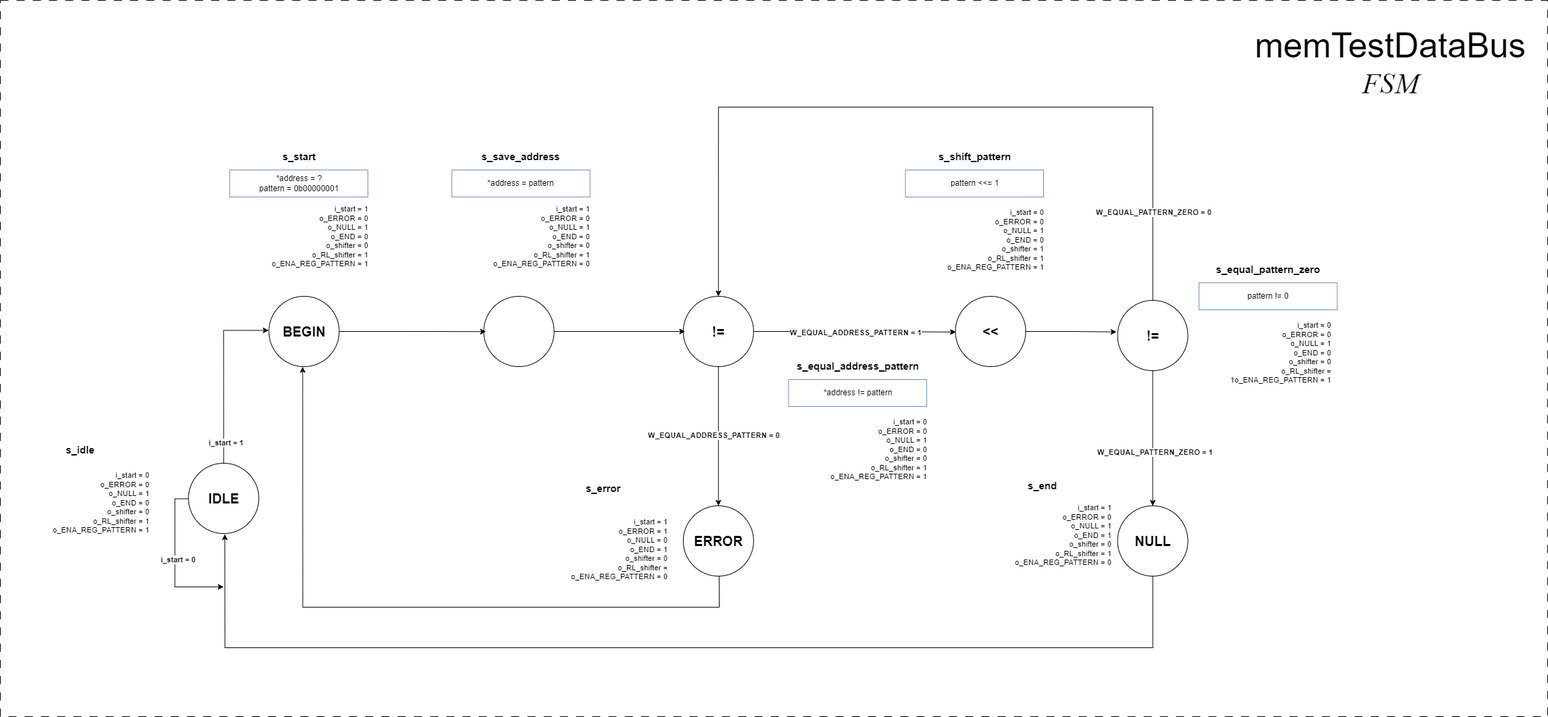
Earlier version of the draw.io export doc/memTestDataBus/memTestDataBus_fsm.drawio.png (rebeccaquintino/walker). Source tidied: cells renumbered, new cells last; positions are measured from the earlier drawing's top-left corner, leaving out a move shared by most shapes.
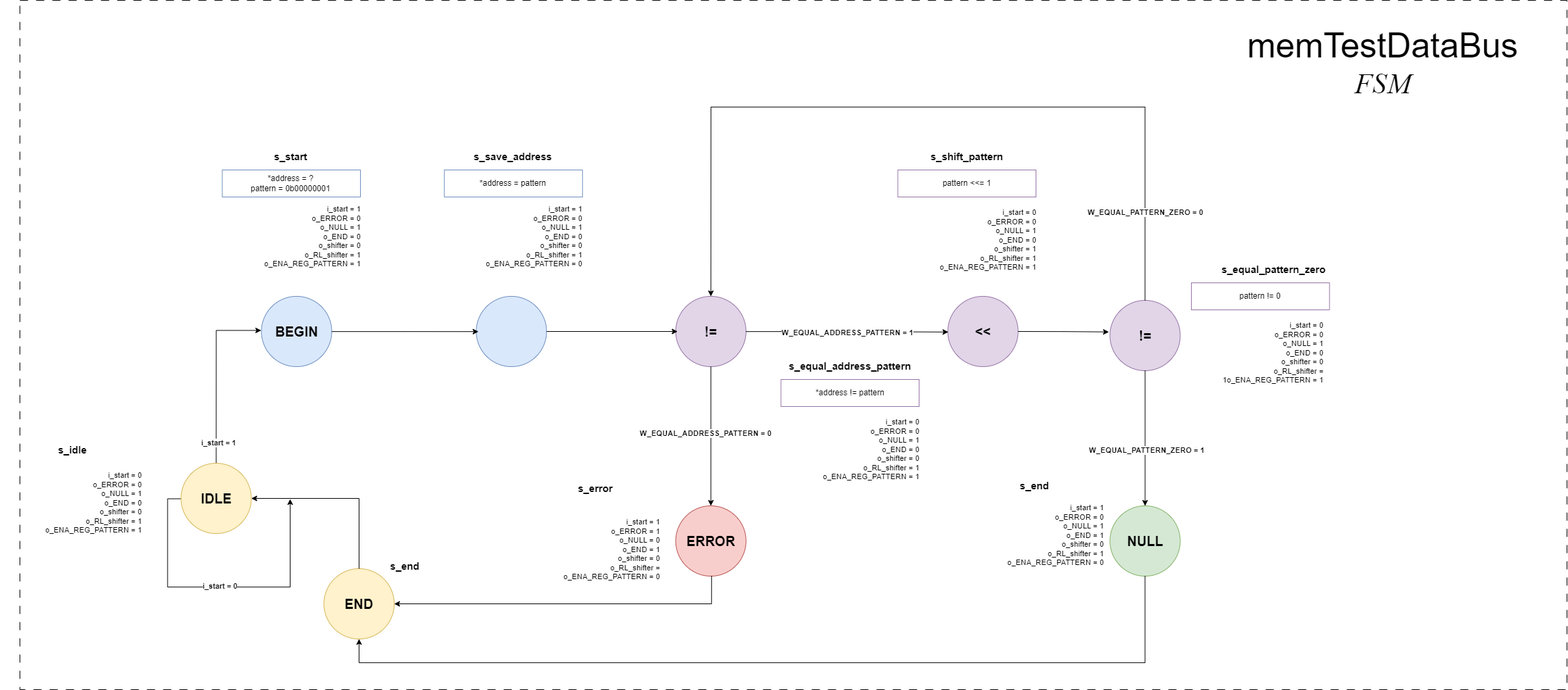
The same file after the commit.

Commit message:
doc:memTestDataBus - update block diagram and fsm

Change to the diagram source:
```diff
@@ -5,3 +5,3 @@
     <mxCell id="2" style="rounded=0;whiteSpace=wrap;html=1;dashed=1;dashPattern=12 12;" parent="1" vertex="1">
-      <mxGeometry width="2290" height="1060" as="geometry" />
+      <mxGeometry x="40" width="2290" height="1020" as="geometry" />
     </mxCell>
@@ -19,6 +19,6 @@
     </mxCell>
-    <mxCell id="7" value="BEGIN" style="verticalAlign=middle;align=center;overflow=width;vsdxID=69;fillColor=#ffffff;gradientColor=none;shape=(stored shape, 220 characters);strokeColor=#000000;spacingTop=-1;spacingBottom=-1;spacingLeft=-1;spacingRight=-1;points=[[0.5,0.5,0],[1,0.5,0],[0.5,0,0]];labelBackgroundColor=none;rounded=0;html=1;whiteSpace=wrap;fontFamily=Helvetica;fontSize=20;fontStyle=1;" parent="1" vertex="1">
+    <mxCell id="7" value="BEGIN" style="verticalAlign=middle;align=center;overflow=width;vsdxID=69;fillColor=#dae8fc;shape=(stored shape, 220 characters);strokeColor=#6c8ebf;spacingTop=-1;spacingBottom=-1;spacingLeft=-1;spacingRight=-1;points=[[0.5,0.5,0],[1,0.5,0],[0.5,0,0]];labelBackgroundColor=none;rounded=0;html=1;whiteSpace=wrap;fontFamily=Helvetica;fontSize=20;fontStyle=1;" parent="1" vertex="1">
       <mxGeometry x="397.5" y="438" width="104" height="104" as="geometry" />
     </mxCell>
-    <mxCell id="8" style="verticalAlign=middle;align=center;overflow=width;vsdxID=69;fillColor=#ffffff;gradientColor=none;shape=(stored shape, 220 characters);strokeColor=#000000;spacingTop=-1;spacingBottom=-1;spacingLeft=-1;spacingRight=-1;points=[[0.5,0.5,0],[1,0.5,0],[0.5,0,0]];labelBackgroundColor=none;rounded=0;html=1;whiteSpace=wrap;fontFamily=Helvetica;fontSize=20;fontStyle=1;" parent="1" vertex="1">
+    <mxCell id="8" style="verticalAlign=middle;align=center;overflow=width;vsdxID=69;fillColor=#dae8fc;shape=(stored shape, 220 characters);strokeColor=#6c8ebf;spacingTop=-1;spacingBottom=-1;spacingLeft=-1;spacingRight=-1;points=[[0.5,0.5,0],[1,0.5,0],[0.5,0,0]];labelBackgroundColor=none;rounded=0;html=1;whiteSpace=wrap;fontFamily=Helvetica;fontSize=20;fontStyle=1;" parent="1" vertex="1">
       <mxGeometry x="715.5" y="438" width="104" height="104" as="geometry" />
@@ -34,3 +34,3 @@
     </mxCell>
-    <mxCell id="12" value="!=" style="verticalAlign=middle;align=center;overflow=width;vsdxID=69;fillColor=#ffffff;gradientColor=none;shape=(stored shape, 220 characters);strokeColor=#000000;spacingTop=-1;spacingBottom=-1;spacingLeft=-1;spacingRight=-1;points=[[0.5,0.5,0],[1,0.5,0],[0.5,0,0]];labelBackgroundColor=none;rounded=0;html=1;whiteSpace=wrap;fontFamily=Helvetica;fontSize=20;fontStyle=1;" parent="1" vertex="1">
+    <mxCell id="12" value="!=" style="verticalAlign=middle;align=center;overflow=width;vsdxID=69;fillColor=#e1d5e7;shape=(stored shape, 220 characters);strokeColor=#9673a6;spacingTop=-1;spacingBottom=-1;spacingLeft=-1;spacingRight=-1;points=[[0.5,0.5,0],[1,0.5,0],[0.5,0,0]];labelBackgroundColor=none;rounded=0;html=1;whiteSpace=wrap;fontFamily=Helvetica;fontSize=20;fontStyle=1;" parent="1" vertex="1">
       <mxGeometry x="1010.8" y="438" width="104" height="104" as="geometry" />
@@ -40,6 +40,6 @@
     </mxCell>
-    <mxCell id="14" value="&lt;div&gt;*address != pattern&lt;/div&gt;" style="text;whiteSpace=wrap;html=1;strokeColor=#6c8ebf;align=center;verticalAlign=middle;fillColor=none;" parent="1" vertex="1">
+    <mxCell id="14" value="&lt;div&gt;*address != pattern&lt;/div&gt;" style="text;whiteSpace=wrap;html=1;strokeColor=#9673a6;align=center;verticalAlign=middle;fillColor=none;" parent="1" vertex="1">
       <mxGeometry x="1166.5" y="561" width="204.5" height="40" as="geometry" />
     </mxCell>
-    <mxCell id="15" value="ERROR" style="verticalAlign=middle;align=center;overflow=width;vsdxID=69;fillColor=#ffffff;gradientColor=none;shape=(stored shape, 220 characters);strokeColor=#000000;spacingTop=-1;spacingBottom=-1;spacingLeft=-1;spacingRight=-1;points=[[0.5,0.5,0],[1,0.5,0],[0.5,0,0]];labelBackgroundColor=none;rounded=0;html=1;whiteSpace=wrap;fontFamily=Helvetica;fontSize=20;fontStyle=1;" parent="1" vertex="1">
+    <mxCell id="15" value="ERROR" style="verticalAlign=middle;align=center;overflow=width;vsdxID=69;fillColor=#f8cecc;shape=(stored shape, 220 characters);strokeColor=#b85450;spacingTop=-1;spacingBottom=-1;spacingLeft=-1;spacingRight=-1;points=[[0.5,0.5,0],[1,0.5,0],[0.5,0,0]];labelBackgroundColor=none;rounded=0;html=1;whiteSpace=wrap;fontFamily=Helvetica;fontSize=20;fontStyle=1;" parent="1" vertex="1">
       <mxGeometry x="1010.8" y="748" width="104" height="104" as="geometry" />
@@ -60,3 +60,3 @@
     </mxCell>
-    <mxCell id="20" value="&amp;lt;&amp;lt;" style="verticalAlign=middle;align=center;overflow=width;vsdxID=69;fillColor=#ffffff;gradientColor=none;shape=(stored shape, 220 characters);strokeColor=#000000;spacingTop=-1;spacingBottom=-1;spacingLeft=-1;spacingRight=-1;points=[[0.5,0.5,0],[1,0.5,0],[0.5,0,0]];labelBackgroundColor=none;rounded=0;html=1;whiteSpace=wrap;fontFamily=Helvetica;fontSize=20;fontStyle=1;" parent="1" vertex="1">
+    <mxCell id="20" value="&amp;lt;&amp;lt;" style="verticalAlign=middle;align=center;overflow=width;vsdxID=69;fillColor=#e1d5e7;shape=(stored shape, 220 characters);strokeColor=#9673a6;spacingTop=-1;spacingBottom=-1;spacingLeft=-1;spacingRight=-1;points=[[0.5,0.5,0],[1,0.5,0],[0.5,0,0]];labelBackgroundColor=none;rounded=0;html=1;whiteSpace=wrap;fontFamily=Helvetica;fontSize=20;fontStyle=1;" parent="1" vertex="1">
       <mxGeometry x="1413.5" y="438" width="104" height="104" as="geometry" />
@@ -74,6 +74,6 @@
     </mxCell>
-    <mxCell id="24" value="pattern &amp;lt;&amp;lt;= 1" style="text;whiteSpace=wrap;html=1;strokeColor=#6c8ebf;align=center;verticalAlign=middle;fillColor=none;" parent="1" vertex="1">
+    <mxCell id="24" value="pattern &amp;lt;&amp;lt;= 1" style="text;whiteSpace=wrap;html=1;strokeColor=#9673a6;align=center;verticalAlign=middle;fillColor=none;" parent="1" vertex="1">
       <mxGeometry x="1339.5" y="251" width="204.5" height="40" as="geometry" />
     </mxCell>
-    <mxCell id="25" value="!=" style="verticalAlign=middle;align=center;overflow=width;vsdxID=69;fillColor=#ffffff;gradientColor=none;shape=(stored shape, 220 characters);strokeColor=#000000;spacingTop=-1;spacingBottom=-1;spacingLeft=-1;spacingRight=-1;points=[[0.5,0.5,0],[1,0.5,0],[0.5,0,0]];labelBackgroundColor=none;rounded=0;html=1;whiteSpace=wrap;fontFamily=Helvetica;fontSize=20;fontStyle=1;" parent="1" vertex="1">
+    <mxCell id="25" value="!=" style="verticalAlign=middle;align=center;overflow=width;vsdxID=69;fillColor=#e1d5e7;shape=(stored shape, 220 characters);strokeColor=#9673a6;spacingTop=-1;spacingBottom=-1;spacingLeft=-1;spacingRight=-1;points=[[0.5,0.5,0],[1,0.5,0],[0.5,0,0]];labelBackgroundColor=none;rounded=0;html=1;whiteSpace=wrap;fontFamily=Helvetica;fontSize=20;fontStyle=1;" parent="1" vertex="1">
       <mxGeometry x="1653.5" y="444" width="104" height="104" as="geometry" />
@@ -86,6 +86,6 @@
     </mxCell>
-    <mxCell id="28" value="&lt;div&gt;pattern != 0&lt;/div&gt;" style="text;whiteSpace=wrap;html=1;strokeColor=#6c8ebf;align=center;verticalAlign=middle;fillColor=none;" parent="1" vertex="1">
+    <mxCell id="28" value="&lt;div&gt;pattern != 0&lt;/div&gt;" style="text;whiteSpace=wrap;html=1;strokeColor=#9673a6;align=center;verticalAlign=middle;fillColor=none;" parent="1" vertex="1">
       <mxGeometry x="1774" y="418" width="204.5" height="40" as="geometry" />
     </mxCell>
-    <mxCell id="29" value="NULL" style="verticalAlign=middle;align=center;overflow=width;vsdxID=69;fillColor=#ffffff;gradientColor=none;shape=(stored shape, 220 characters);strokeColor=#000000;spacingTop=-1;spacingBottom=-1;spacingLeft=-1;spacingRight=-1;points=[[0.5,0.5,0],[1,0.5,0],[0.5,0,0]];labelBackgroundColor=none;rounded=0;html=1;whiteSpace=wrap;fontFamily=Helvetica;fontSize=20;fontStyle=1;" parent="1" vertex="1">
+    <mxCell id="29" value="NULL" style="verticalAlign=middle;align=center;overflow=width;vsdxID=69;fillColor=#d5e8d4;shape=(stored shape, 220 characters);strokeColor=#82b366;spacingTop=-1;spacingBottom=-1;spacingLeft=-1;spacingRight=-1;points=[[0.5,0.5,0],[1,0.5,0],[0.5,0,0]];labelBackgroundColor=none;rounded=0;html=1;whiteSpace=wrap;fontFamily=Helvetica;fontSize=20;fontStyle=1;" parent="1" vertex="1">
       <mxGeometry x="1653.5" y="748" width="104" height="104" as="geometry" />
@@ -125,3 +125,3 @@
       <mxGeometry relative="1" as="geometry">
-        <mxPoint x="330.5" y="868" as="targetPoint" />
+        <mxPoint x="440" y="738" as="targetPoint" />
         <Array as="points">
@@ -135,10 +135,10 @@
     </mxCell>
-    <mxCell id="40" value="IDLE" style="verticalAlign=middle;align=center;overflow=width;vsdxID=69;fillColor=#ffffff;gradientColor=none;shape=(stored shape, 220 characters);strokeColor=#000000;spacingTop=-1;spacingBottom=-1;spacingLeft=-1;spacingRight=-1;points=[[0.5,0.5,0],[1,0.5,0],[0.5,0,0]];labelBackgroundColor=none;rounded=0;html=1;whiteSpace=wrap;fontFamily=Helvetica;fontSize=20;fontStyle=1;" parent="1" vertex="1">
+    <mxCell id="40" value="IDLE" style="verticalAlign=middle;align=center;overflow=width;vsdxID=69;fillColor=#fff2cc;shape=(stored shape, 220 characters);strokeColor=#d6b656;spacingTop=-1;spacingBottom=-1;spacingLeft=-1;spacingRight=-1;points=[[0.5,0.5,0],[1,0.5,0],[0.5,0,0]];labelBackgroundColor=none;rounded=0;html=1;whiteSpace=wrap;fontFamily=Helvetica;fontSize=20;fontStyle=1;" parent="1" vertex="1">
       <mxGeometry x="278.5" y="685" width="104" height="104" as="geometry" />
     </mxCell>
-    <mxCell id="41" style="edgeStyle=orthogonalEdgeStyle;rounded=0;jettySize=auto;html=1;entryX=0.517;entryY=1.01;entryDx=0;entryDy=0;entryPerimeter=0;" parent="1" edge="1" source="29" target="40">
+    <mxCell id="41" style="edgeStyle=orthogonalEdgeStyle;rounded=0;jettySize=auto;html=1;" parent="1" edge="1" source="29" target="50">
       <mxGeometry relative="1" as="geometry">
         <Array as="points">
-          <mxPoint x="1705.5" y="958" />
-          <mxPoint x="332.5" y="958" />
+          <mxPoint x="1705" y="980" />
+          <mxPoint x="542" y="980" />
         </Array>
@@ -146,7 +146,6 @@
     </mxCell>
-    <mxCell id="42" style="edgeStyle=orthogonalEdgeStyle;rounded=0;jettySize=auto;html=1;entryX=0.48;entryY=1.003;entryDx=0;entryDy=0;entryPerimeter=0;exitX=0.51;exitY=0.997;exitDx=0;exitDy=0;exitPerimeter=0;" parent="1" edge="1" source="15" target="7">
+    <mxCell id="42" style="edgeStyle=orthogonalEdgeStyle;rounded=0;jettySize=auto;html=1;entryX=1;entryY=0.5;entryDx=0;entryDy=0;entryPerimeter=0;exitX=0.51;exitY=0.997;exitDx=0;exitDy=0;exitPerimeter=0;" parent="1" edge="1" source="15" target="50">
       <mxGeometry relative="1" as="geometry">
         <Array as="points">
-          <mxPoint x="1063.5" y="898" />
-          <mxPoint x="447.5" y="898" />
+          <mxPoint x="1064" y="893" />
         </Array>
@@ -160,3 +159,3 @@
     </mxCell>
-    <mxCell id="45" value="&lt;font style=&quot;color: rgb(0, 0, 0); direction: ltr; letter-spacing: 0px; line-height: 120%; opacity: 1;&quot;&gt;s_equal_pattern_zero&lt;/font&gt;" style="text;whiteSpace=wrap;html=1;strokeColor=none;align=center;verticalAlign=middle;fillColor=none;fontStyle=1;fontSize=15;" parent="1" vertex="1">
+    <mxCell id="45" value="&lt;blockquote style=&quot;margin: 0 0 0 40px; border: none; padding: 0px;&quot;&gt;&lt;font style=&quot;color: rgb(0, 0, 0); direction: ltr; letter-spacing: 0px; line-height: 120%; opacity: 1;&quot;&gt;s_equal_pattern_zero&lt;/font&gt;&lt;/blockquote&gt;" style="text;whiteSpace=wrap;html=1;strokeColor=none;align=center;verticalAlign=middle;fillColor=none;fontStyle=1;fontSize=15;" parent="1" vertex="1">
       <mxGeometry x="1774" y="378" width="204.5" height="40" as="geometry" />
@@ -175,2 +174,11 @@
     </mxCell>
+    <mxCell id="50" value="END" style="verticalAlign=middle;align=center;overflow=width;vsdxID=69;fillColor=#fff2cc;shape=(stored shape, 220 characters);strokeColor=#d6b656;spacingTop=-1;spacingBottom=-1;spacingLeft=-1;spacingRight=-1;points=[[0.5,0.5,0],[1,0.5,0],[0.5,0,0]];labelBackgroundColor=none;rounded=0;html=1;whiteSpace=wrap;fontFamily=Helvetica;fontSize=20;fontStyle=1;" parent="1" vertex="1">
+      <mxGeometry x="490" y="841" width="104" height="104" as="geometry" />
+    </mxCell>
+    <mxCell id="51" style="edgeStyle=orthogonalEdgeStyle;rounded=0;jettySize=auto;html=1;entryX=1;entryY=0.5;entryDx=0;entryDy=0;entryPerimeter=0;exitX=0.5;exitY=0;exitDx=0;exitDy=0;exitPerimeter=0;" parent="1" edge="1" source="50" target="40">
+      <mxGeometry relative="1" as="geometry" />
+    </mxCell>
+    <mxCell id="52" value="&lt;span style=&quot;font-size: 15px; font-weight: 700;&quot;&gt;s_end&lt;/span&gt;" style="text;html=1;align=center;verticalAlign=middle;whiteSpace=wrap;rounded=0;" parent="1" vertex="1">
+      <mxGeometry x="580" y="822" width="60" height="30" as="geometry" />
+    </mxCell>
   </root>
```
